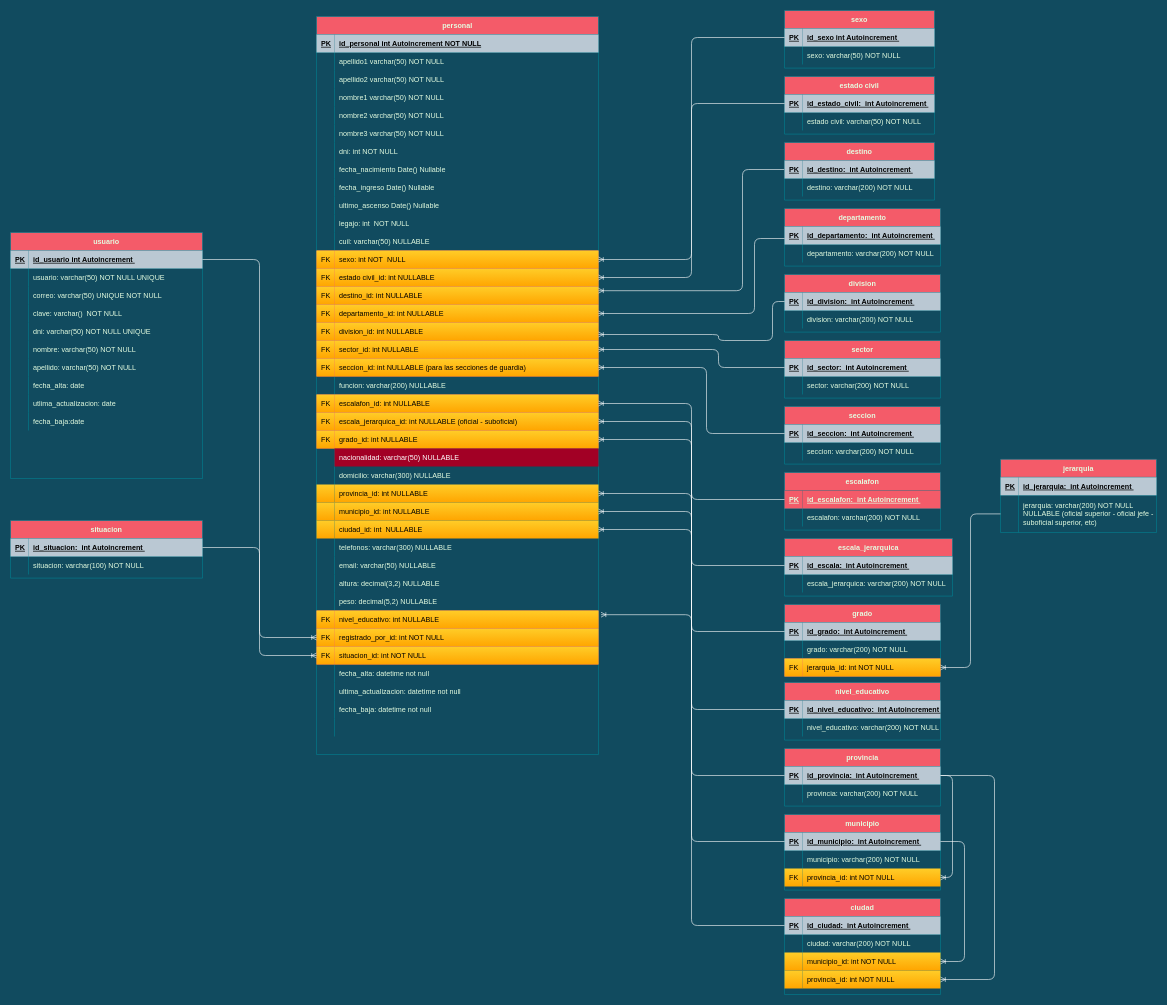
This is Cuerpo Penitenciario.drawio from FSALVA157/EsquemasER, a draw.io file, before an edit. Source tidied: cells renumbered, new cells numbered last; positions are measured from the earlier drawing's top-left corner, leaving out a move shared by most shapes. Both pictures are drawn from the tidied source at 60%, with x=0, y=0 at pixel (10, 10).
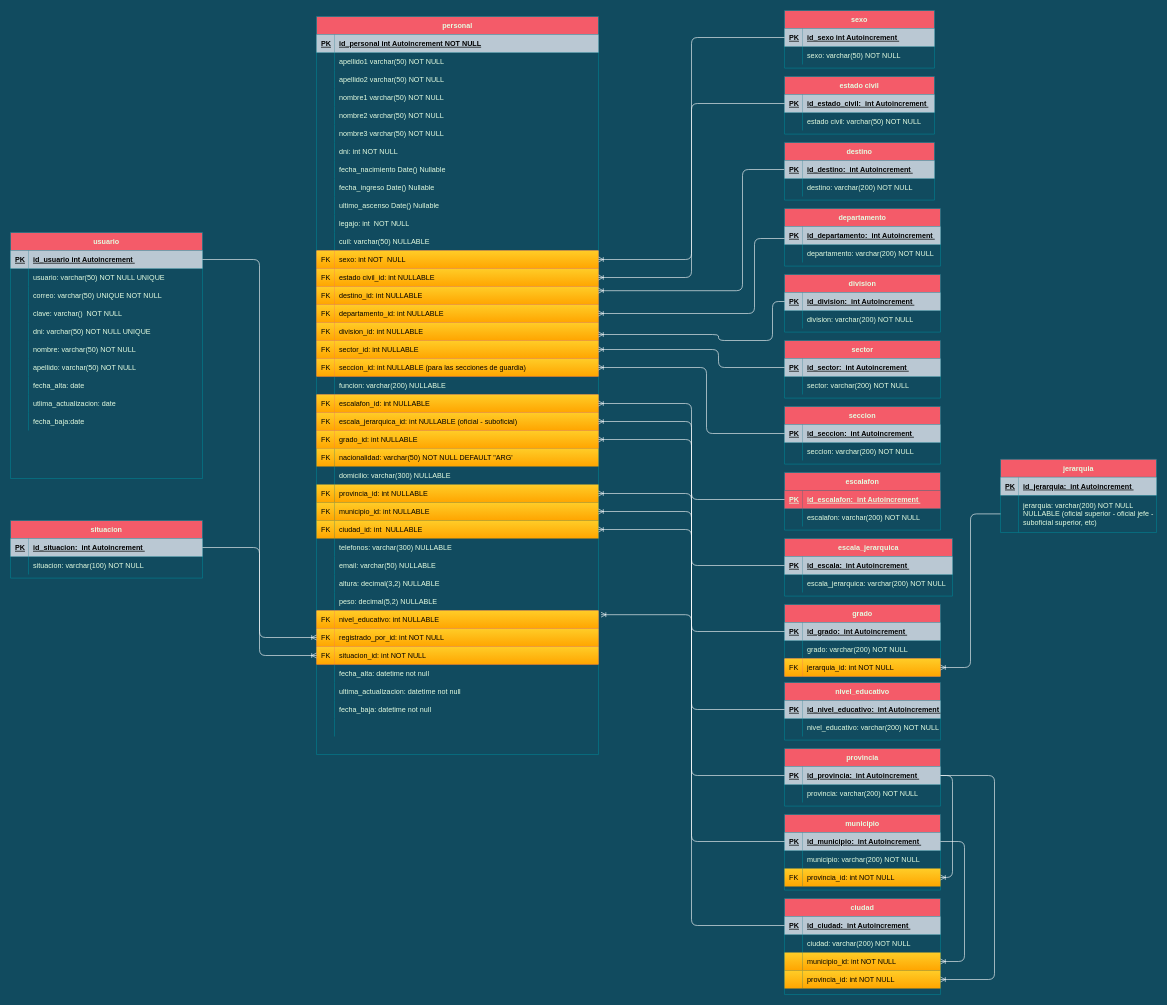
The same diagram, later.

Unchanged cells that the change refers to:
```xml
<mxCell id="72" style="shape=partialRectangle;fillColor=none;top=0;left=0;right=0;bottom=0;strokeColor=#028090;fontColor=#E4FDE1;" parent="2" vertex="1">
  <mxGeometry y="720" width="470" height="30" as="geometry" />
</mxCell>
<mxCell id="78" style="shape=partialRectangle;fillColor=none;points=[[0,0.5],[1,0.5]];portConstraint=eastwest;top=0;left=0;right=0;bottom=0;strokeColor=#028090;fontColor=#E4FDE1;" parent="2" vertex="1">
  <mxGeometry y="780" width="470" height="30" as="geometry" />
</mxCell>
<mxCell id="81" style="shape=partialRectangle;fillColor=none;points=[[0,0.5],[1,0.5]];portConstraint=eastwest;top=0;left=0;right=0;bottom=0;strokeColor=#028090;fontColor=#E4FDE1;" parent="2" vertex="1">
  <mxGeometry y="810" width="470" height="30" as="geometry" />
</mxCell>
<mxCell id="84" style="shape=partialRectangle;fillColor=none;points=[[0,0.5],[1,0.5]];portConstraint=eastwest;top=0;left=0;right=0;bottom=0;strokeColor=#028090;fontColor=#E4FDE1;" parent="2" vertex="1">
  <mxGeometry y="840" width="470" height="30" as="geometry" />
</mxCell>
```

Diff of the diagram source:
```diff
@@
-    <mxCell id="73" style="shape=partialRectangle;overflow=hidden;fillColor=none;top=0;left=0;bottom=0;right=0;strokeColor=#028090;fontColor=#E4FDE1;" parent="72" vertex="1">
+    <mxCell id="73" value="FK" style="shape=partialRectangle;overflow=hidden;fillColor=#ffcd28;top=0;left=0;bottom=0;right=0;strokeColor=#d79b00;fontColor=#000000;align=left;strokeWidth=1;gradientColor=#ffa500;spacingLeft=6;" parent="72" vertex="1">
       <mxGeometry width="30" height="30" as="geometry" />
     </mxCell>
-    <mxCell id="74" value="nacionalidad: varchar(50) NULLABLE" style="shape=partialRectangle;overflow=hidden;top=0;left=0;bottom=0;right=0;align=left;spacingLeft=6;perimeterSpacing=0;strokeWidth=1;labelBorderColor=none;fillColor=#a20025;strokeColor=#6F0000;fontColor=#ffffff;" parent="72" vertex="1">
+    <mxCell id="74" value="nacionalidad: varchar(50) NOT NULL DEFAULT &quot;ARG'" style="shape=partialRectangle;overflow=hidden;top=0;left=0;bottom=0;right=0;align=left;spacingLeft=6;perimeterSpacing=0;strokeWidth=1;labelBorderColor=none;fillColor=#ffcd28;strokeColor=#d79b00;fontColor=#000000;gradientColor=#ffa500;" parent="72" vertex="1">
       <mxGeometry x="30" width="440" height="30" as="geometry" />
     </mxCell>
@@
-    <mxCell id="79" style="shape=partialRectangle;overflow=hidden;fillColor=#ffcd28;top=0;left=0;bottom=0;right=0;strokeColor=#d79b00;fontColor=#000000;align=left;strokeWidth=1;gradientColor=#ffa500;spacingLeft=6;" parent="78" vertex="1">
+    <mxCell id="79" value="FK" style="shape=partialRectangle;overflow=hidden;fillColor=#ffcd28;top=0;left=0;bottom=0;right=0;strokeColor=#d79b00;fontColor=#000000;align=left;strokeWidth=1;gradientColor=#ffa500;spacingLeft=6;" parent="78" vertex="1">
       <mxGeometry width="30" height="30" as="geometry" />
     </mxCell>
@@
-    <mxCell id="82" style="shape=partialRectangle;overflow=hidden;fillColor=#ffcd28;top=0;left=0;bottom=0;right=0;strokeColor=#d79b00;fontColor=#000000;align=left;strokeWidth=1;gradientColor=#ffa500;spacingLeft=6;" parent="81" vertex="1">
+    <mxCell id="82" value="FK" style="shape=partialRectangle;overflow=hidden;fillColor=#ffcd28;top=0;left=0;bottom=0;right=0;strokeColor=#d79b00;fontColor=#000000;align=left;strokeWidth=1;gradientColor=#ffa500;spacingLeft=6;" parent="81" vertex="1">
       <mxGeometry width="30" height="30" as="geometry" />
     </mxCell>
@@
-    <mxCell id="85" style="shape=partialRectangle;overflow=hidden;fillColor=#ffcd28;top=0;left=0;bottom=0;right=0;strokeColor=#d79b00;fontColor=#000000;align=left;strokeWidth=1;gradientColor=#ffa500;spacingLeft=6;" parent="84" vertex="1">
+    <mxCell id="85" value="FK" style="shape=partialRectangle;overflow=hidden;fillColor=#ffcd28;top=0;left=0;bottom=0;right=0;strokeColor=#d79b00;fontColor=#000000;align=left;strokeWidth=1;gradientColor=#ffa500;spacingLeft=6;" parent="84" vertex="1">
       <mxGeometry width="30" height="30" as="geometry" />
     </mxCell>
```
